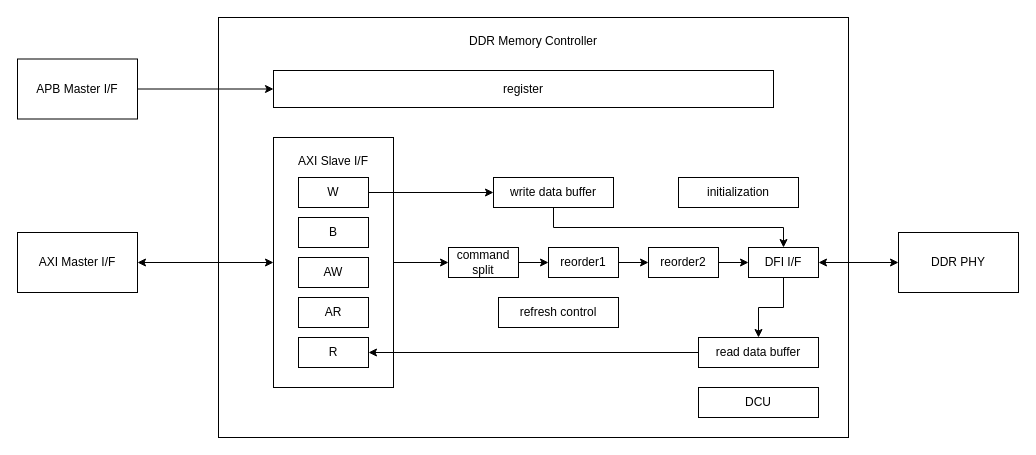
Before: page "DDRC" (1 of 4) of DDR HW Blocks.drawio in Kaling1203/Diagram, a draw.io diagram. Source tidied: cells renumbered, new cells numbered last; positions are measured from the earlier drawing's top-left corner, leaving out a move shared by most shapes. Both pictures are drawn from the tidied source at 100%, with x=0, y=0 at pixel (17, 17).
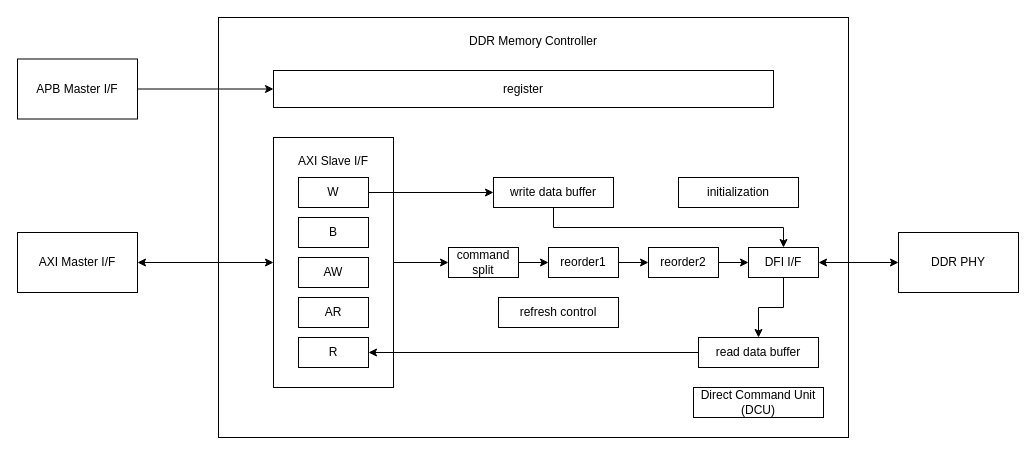
Above is the later version.

Diff of the diagram source:
```diff
@@
-    <mxCell id="30" value="DCU" style="rounded=0;whiteSpace=wrap;html=1;" parent="1" vertex="1">
-      <mxGeometry x="681" y="370" width="120" height="30" as="geometry" />
+    <mxCell id="30" value="Direct Command Unit (DCU)" style="rounded=0;whiteSpace=wrap;html=1;" parent="1" vertex="1">
+      <mxGeometry x="676" y="370" width="130" height="30" as="geometry" />
     </mxCell>
```
